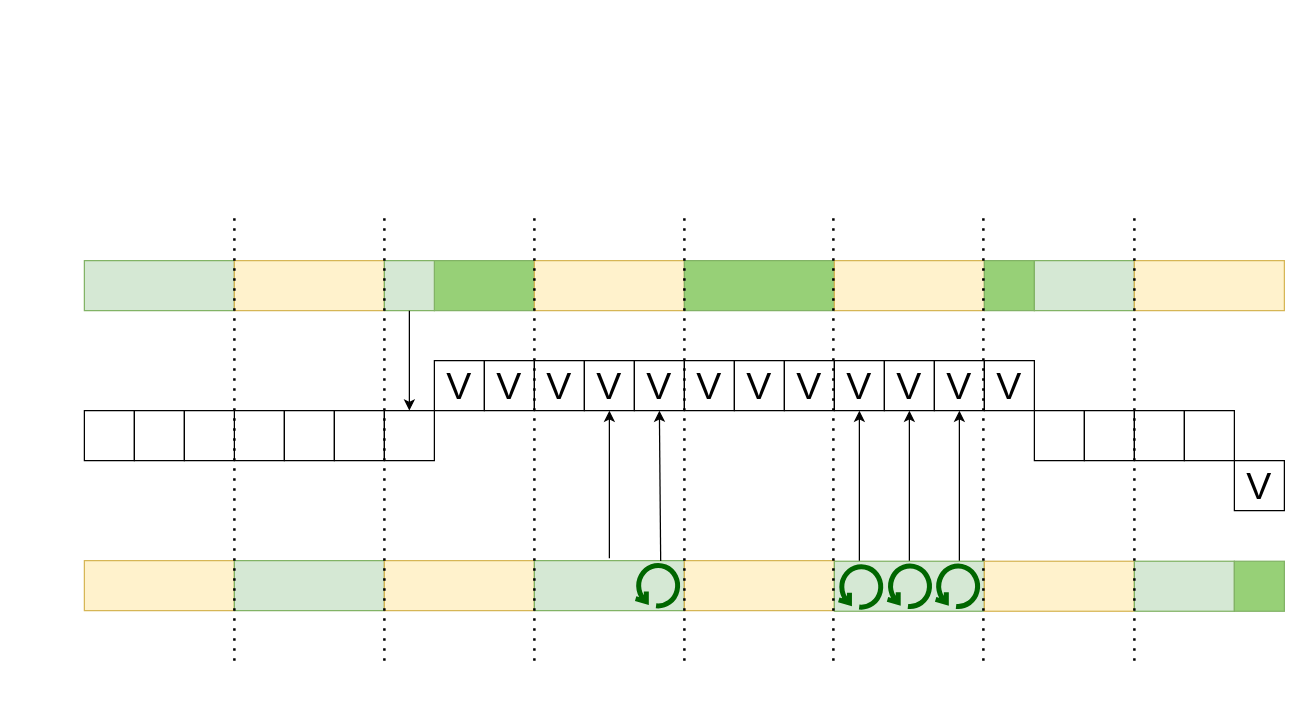
Above: page "Mutex - spinlock" (1 of 2) of sync.drawio in 77maxikov/os_course (draw.io), before the change. Source tidied: cells renumbered, new cells numbered last; positions are measured from the earlier drawing's top-left corner, leaving out a move shared by most shapes. Both pictures are drawn from the tidied source at 125%, with x=0, y=0 at pixel (84, 210).
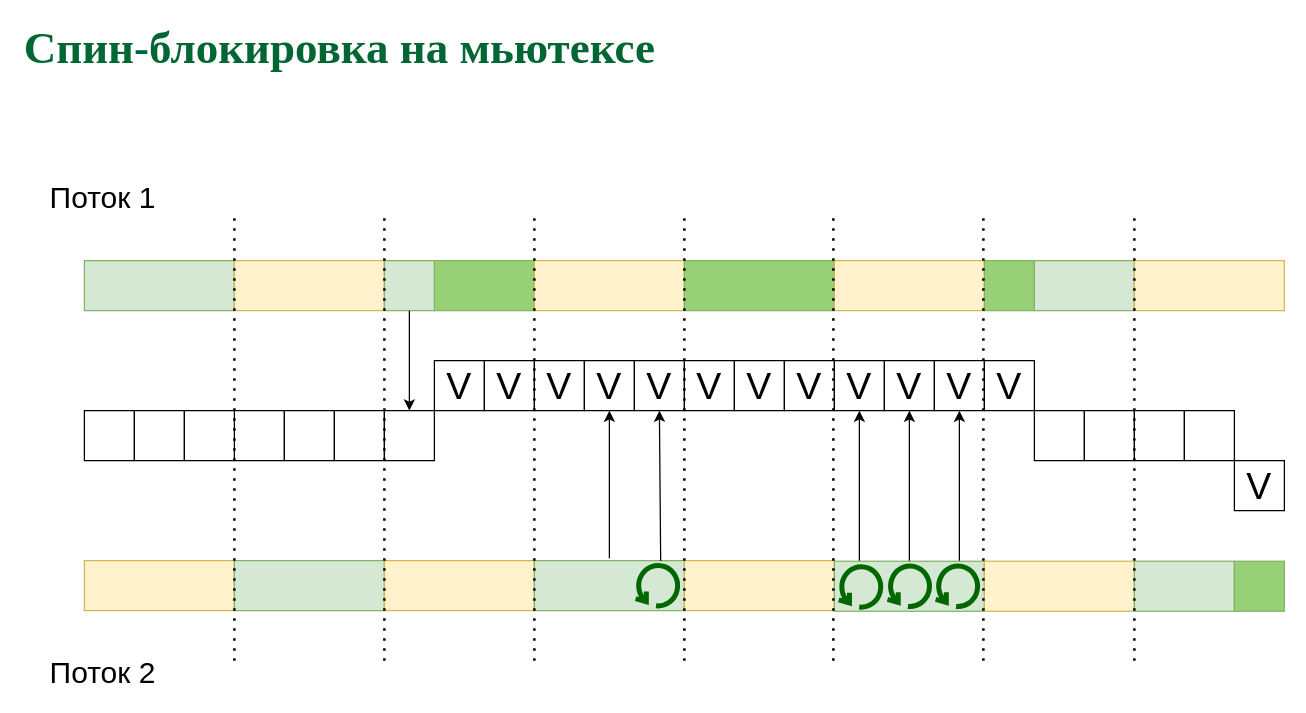
Above is the later version.

Diff of the diagram source:
```diff
@@
+    <mxCell id="62" value="&lt;font style=&quot;font-size: 24px&quot;&gt;Поток 1&lt;/font&gt;" style="text;html=1;strokeColor=none;fillColor=none;align=center;verticalAlign=middle;whiteSpace=wrap;rounded=0;" parent="1" vertex="1">
+      <mxGeometry x="-50" y="-20" width="130" height="20" as="geometry" />
+    </mxCell>
+    <mxCell id="63" value="&lt;font style=&quot;font-size: 24px&quot;&gt;Поток 2&lt;/font&gt;" style="text;html=1;strokeColor=none;fillColor=none;align=center;verticalAlign=middle;whiteSpace=wrap;rounded=0;" parent="1" vertex="1">
+      <mxGeometry x="-50" y="360" width="130" height="20" as="geometry" />
+    </mxCell>
+    <mxCell id="64" value="&lt;font face=&quot;Garamond&quot; color=&quot;#006633&quot; size=&quot;1&quot;&gt;&lt;b style=&quot;font-size: 36px&quot;&gt;Спин-блокировка на мьютексе&lt;/b&gt;&lt;/font&gt;" style="text;html=1;align=left;verticalAlign=middle;whiteSpace=wrap;rounded=0;" parent="1" vertex="1">
+      <mxGeometry x="-50" y="-140" width="920" height="20" as="geometry" />
+    </mxCell>
```
